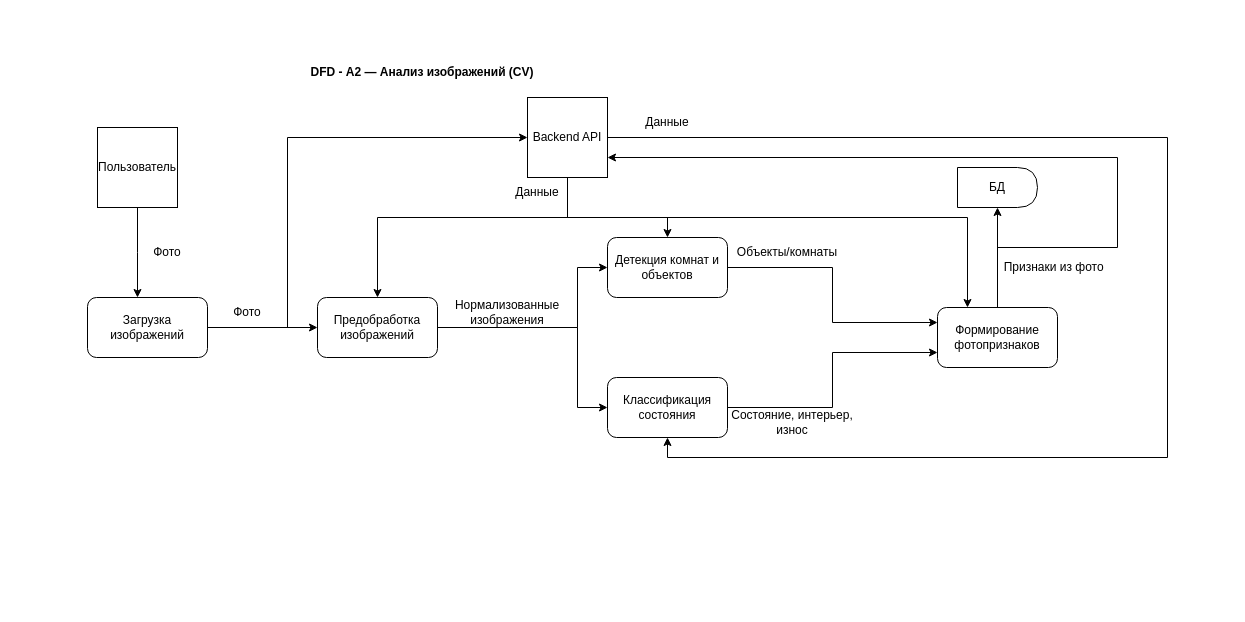
HeadMaxResh/system-engineering-playbook keeps this draw.io diagram as src/diagrams/DFD/DFD_F2.drawio. Above is the earlier version. Source tidied: cells renumbered, new cells numbered last; positions are measured from the earlier drawing's top-left corner, leaving out a move shared by most shapes. Both pictures are drawn from the tidied source at 100%, with x=0, y=0 at pixel (87, 57).
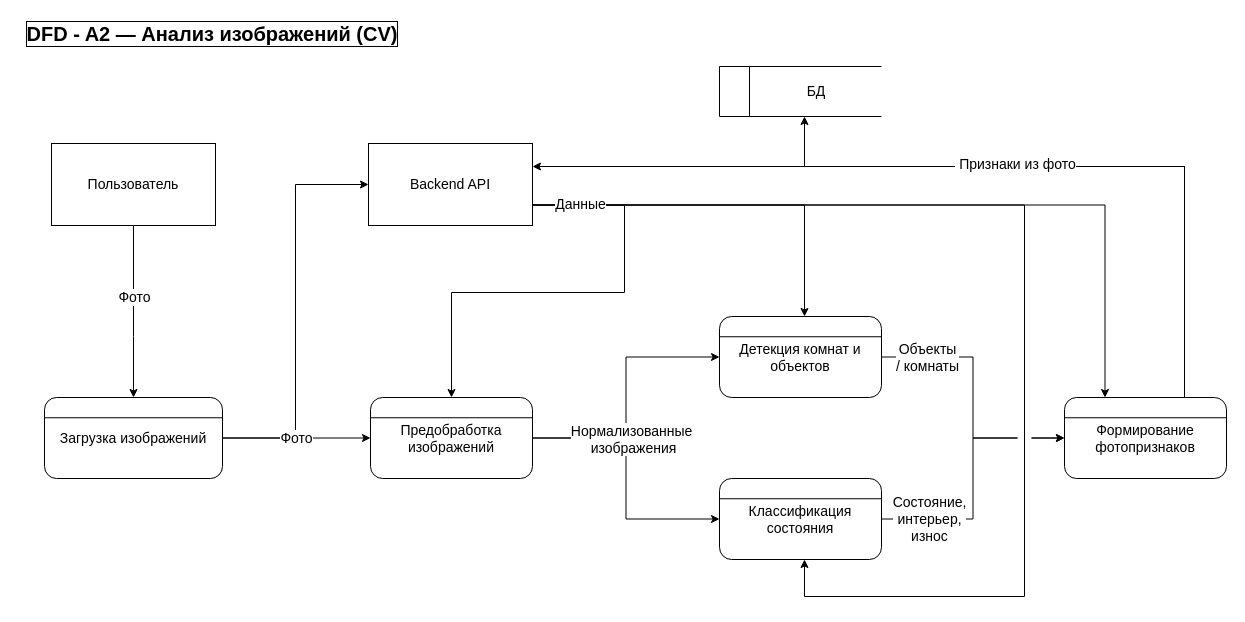
Above is the later version.

Change to the diagram source:
```diff
@@
-    <mxCell id="2" value="&lt;b&gt;DFD -&amp;nbsp;A2 — Анализ изображений (CV)&lt;/b&gt;" style="text;html=1;whiteSpace=wrap;strokeColor=none;fillColor=none;align=center;verticalAlign=middle;rounded=0;" parent="1" vertex="1">
-      <mxGeometry x="210" width="250" height="30" as="geometry" />
-    </mxCell>
+    <mxCell id="4" style="edgeStyle=orthogonalEdgeStyle;rounded=0;jettySize=auto;html=1;entryX=0;entryY=0.5;entryDx=0;entryDy=0;" parent="1" edge="1" source="5" target="23">
+      <mxGeometry relative="1" as="geometry" />
+    </mxCell>
-    <mxCell id="3" style="edgeStyle=orthogonalEdgeStyle;rounded=0;jettySize=auto;html=1;exitX=1;exitY=0.5;exitDx=0;exitDy=0;entryX=0;entryY=0.5;entryDx=0;entryDy=0;" parent="1" edge="1" source="5" target="8">
+    <mxCell id="3" style="edgeStyle=orthogonalEdgeStyle;rounded=0;jettySize=auto;html=1;exitX=1;exitY=0.5;exitDx=0;exitDy=0;entryX=0;entryY=0.5;entryDx=0;entryDy=0;fontSize=14;" parent="1" edge="1" source="5" target="8">
       <mxGeometry relative="1" as="geometry" />
     </mxCell>
-    <mxCell id="4" style="edgeStyle=orthogonalEdgeStyle;rounded=0;jettySize=auto;html=1;exitX=1;exitY=0.5;exitDx=0;exitDy=0;entryX=0;entryY=0.5;entryDx=0;entryDy=0;" parent="1" edge="1" source="5" target="23">
-      <mxGeometry relative="1" as="geometry">
-        <Array as="points">
-          <mxPoint x="200" y="270" />
-          <mxPoint x="200" y="80" />
-        </Array>
-      </mxGeometry>
-    </mxCell>
+    <mxCell id="32" value="Фото" style="edgeLabel;html=1;align=center;verticalAlign=middle;fontSize=14;" parent="3" vertex="1">
+      <mxGeometry x="-0.22" relative="1" as="geometry">
+        <mxPoint x="15" as="offset" />
+      </mxGeometry>
+    </mxCell>
-    <mxCell id="5" value="Загрузка изображений" style="rounded=1;whiteSpace=wrap;html=1;" parent="1" vertex="1">
-      <mxGeometry y="240" width="120" height="60" as="geometry" />
+    <mxCell id="5" value="&lt;font style=&quot;font-size: 14px;&quot;&gt;Загрузка изображений&lt;/font&gt;" style="rounded=1;whiteSpace=wrap;html=1;fillColor=none;fontSize=14;" parent="1" vertex="1">
+      <mxGeometry x="-43" y="340" width="178" height="81" as="geometry" />
     </mxCell>
-    <mxCell id="6" style="edgeStyle=orthogonalEdgeStyle;rounded=0;jettySize=auto;html=1;exitX=1;exitY=0.5;exitDx=0;exitDy=0;entryX=0;entryY=0.5;entryDx=0;entryDy=0;" parent="1" edge="1" source="8" target="10">
-      <mxGeometry relative="1" as="geometry">
-        <Array as="points">
-          <mxPoint x="490" y="270" />
-          <mxPoint x="490" y="210" />
-        </Array>
-      </mxGeometry>
+    <mxCell id="6" style="edgeStyle=orthogonalEdgeStyle;rounded=0;jettySize=auto;html=1;" parent="1" edge="1" source="8" target="10">
+      <mxGeometry relative="1" as="geometry" />
     </mxCell>
-    <mxCell id="7" style="edgeStyle=orthogonalEdgeStyle;rounded=0;jettySize=auto;html=1;entryX=0;entryY=0.5;entryDx=0;entryDy=0;" parent="1" edge="1" source="8" target="12">
-      <mxGeometry relative="1" as="geometry">
-        <Array as="points">
-          <mxPoint x="490" y="270" />
-          <mxPoint x="490" y="350" />
-        </Array>
-      </mxGeometry>
+    <mxCell id="7" style="edgeStyle=orthogonalEdgeStyle;rounded=0;jettySize=auto;html=1;" parent="1" edge="1" source="8" target="12">
+      <mxGeometry relative="1" as="geometry" />
     </mxCell>
+    <mxCell id="25" value="&lt;span style=&quot;font-size: 14px;&quot;&gt;Нормализованные&amp;nbsp;&lt;/span&gt;&lt;div&gt;&lt;span style=&quot;font-size: 14px;&quot;&gt;изображения&lt;/span&gt;&lt;/div&gt;" style="edgeLabel;html=1;align=center;verticalAlign=middle;" parent="7" vertex="1">
+      <mxGeometry x="-0.1" relative="1" as="geometry">
+        <mxPoint x="7" y="-27" as="offset" />
+      </mxGeometry>
+    </mxCell>
-    <mxCell id="8" value="Предобработка изображений" style="rounded=1;whiteSpace=wrap;html=1;" parent="1" vertex="1">
-      <mxGeometry x="230" y="240" width="120" height="60" as="geometry" />
+    <mxCell id="8" value="Предобработка изображений" style="rounded=1;whiteSpace=wrap;html=1;fillColor=none;fontSize=14;" parent="1" vertex="1">
+      <mxGeometry x="283" y="340" width="162" height="81" as="geometry" />
     </mxCell>
+    <mxCell id="14" style="edgeStyle=orthogonalEdgeStyle;rounded=0;jettySize=auto;html=1;" parent="1" edge="1" source="15" target="23">
+      <mxGeometry relative="1" as="geometry">
+        <Array as="points">
+          <mxPoint x="1097" y="109" />
+        </Array>
+      </mxGeometry>
+    </mxCell>
+    <mxCell id="13" style="edgeStyle=orthogonalEdgeStyle;rounded=0;jettySize=auto;html=1;exitX=0.75;exitY=0;exitDx=0;exitDy=0;" parent="1" edge="1" source="15" target="28">
+      <mxGeometry relative="1" as="geometry">
+        <Array as="points">
+          <mxPoint x="1097" y="340" />
+          <mxPoint x="1097" y="109" />
+          <mxPoint x="717" y="109" />
+        </Array>
+      </mxGeometry>
+    </mxCell>
+    <mxCell id="31" value="&lt;span style=&quot;font-size: 14px;&quot;&gt;&amp;nbsp;Признаки из фото&lt;/span&gt;" style="edgeLabel;html=1;align=center;verticalAlign=middle;" parent="13" vertex="1">
+      <mxGeometry x="-0.63" y="3" relative="1" as="geometry">
+        <mxPoint x="-167" y="-112" as="offset" />
+      </mxGeometry>
+    </mxCell>
+    <mxCell id="15" value="Формирование фотопризнаков" style="rounded=1;whiteSpace=wrap;html=1;fillColor=none;fontSize=14;" parent="1" vertex="1">
+      <mxGeometry x="977" y="340" width="162" height="81" as="geometry" />
+    </mxCell>
+    <mxCell id="2" value="DFD - A2 — Анализ изображений (CV)" style="text;html=1;strokeColor=none;fillColor=none;align=center;verticalAlign=middle;whiteSpace=wrap;rounded=0;fontSize=20;fontStyle=1;labelBackgroundColor=none;labelBorderColor=default;spacingTop=1;" parent="1" vertex="1">
+      <mxGeometry x="-70" y="-40" width="390" height="30" as="geometry" />
+    </mxCell>
+    <mxCell id="33" style="endArrow=none;html=1;rounded=0;fontSize=14;" parent="1" edge="1">
+      <mxGeometry relative="1" as="geometry">
+        <mxPoint x="632" y="59" as="sourcePoint" />
+        <mxPoint x="632" y="9" as="targetPoint" />
+      </mxGeometry>
+    </mxCell>
+    <mxCell id="34" style="endArrow=none;html=1;rounded=0;entryX=1;entryY=1;entryDx=0;entryDy=0;fontSize=14;" parent="1" edge="1" target="28">
+      <mxGeometry relative="1" as="geometry">
+        <mxPoint x="632" y="59" as="sourcePoint" />
+      </mxGeometry>
+    </mxCell>
+    <mxCell id="35" style="endArrow=none;html=1;rounded=0;fontSize=14;" parent="1" edge="1">
+      <mxGeometry relative="1" as="geometry">
+        <mxPoint x="632" y="9" as="sourcePoint" />
+        <mxPoint x="794" y="9" as="targetPoint" />
+      </mxGeometry>
+    </mxCell>
+    <mxCell id="28" value="БД" style="text;html=1;strokeColor=none;fillColor=none;align=center;verticalAlign=middle;whiteSpace=wrap;rounded=0;fontSize=14;" parent="1" vertex="1">
+      <mxGeometry x="664" y="9" width="130" height="50" as="geometry" />
+    </mxCell>
+    <mxCell id="36" style="endArrow=none;html=1;rounded=0;exitX=0;exitY=0.25;exitDx=0;exitDy=0;entryX=1;entryY=0.25;entryDx=0;entryDy=0;fontSize=14;" parent="1" edge="1" source="5" target="5">
+      <mxGeometry relative="1" as="geometry" />
+    </mxCell>
+    <mxCell id="37" style="endArrow=none;html=1;rounded=0;exitX=0;exitY=0.25;exitDx=0;exitDy=0;entryX=1;entryY=0.25;entryDx=0;entryDy=0;fontSize=14;" parent="1" edge="1" source="8" target="8">
+      <mxGeometry relative="1" as="geometry" />
+    </mxCell>
+    <mxCell id="38" style="endArrow=none;html=1;rounded=0;exitX=0;exitY=0.25;exitDx=0;exitDy=0;entryX=1;entryY=0.25;entryDx=0;entryDy=0;fontSize=14;" parent="1" edge="1" source="15" target="15">
+      <mxGeometry relative="1" as="geometry" />
+    </mxCell>
+    <mxCell id="39" style="edgeStyle=orthogonalEdgeStyle;rounded=0;jettySize=auto;html=1;entryX=0.5;entryY=0;entryDx=0;entryDy=0;exitX=0.5;exitY=1;exitDx=0;exitDy=0;fontSize=14;" parent="1" edge="1" source="16" target="5">
+      <mxGeometry relative="1" as="geometry">
+        <Array as="points">
+          <mxPoint x="46" y="279" />
+          <mxPoint x="46" y="279" />
+        </Array>
+      </mxGeometry>
+    </mxCell>
+    <mxCell id="16" value="Пользователь" style="rounded=0;whiteSpace=wrap;html=1;labelBackgroundColor=none;fillColor=none;fontSize=14;" parent="1" vertex="1">
+      <mxGeometry x="-36" y="86" width="164" height="82" as="geometry" />
+    </mxCell>
+    <mxCell id="40" value="Фото" style="edgeLabel;html=1;align=center;verticalAlign=middle;fontSize=14;" parent="1" vertex="1">
+      <mxGeometry x="46" y="239" as="geometry" />
+    </mxCell>
+    <mxCell id="41" style="endArrow=none;html=1;rounded=0;fontSize=14;" parent="1" edge="1">
+      <mxGeometry relative="1" as="geometry">
+        <mxPoint x="662" y="59" as="sourcePoint" />
+        <mxPoint x="662" y="9" as="targetPoint" />
+      </mxGeometry>
+    </mxCell>
+    <mxCell id="20" style="edgeStyle=orthogonalEdgeStyle;rounded=0;jettySize=auto;html=1;exitX=1;exitY=0.75;exitDx=0;exitDy=0;" parent="1" edge="1" source="23" target="10">
+      <mxGeometry relative="1" as="geometry">
+        <Array as="points">
+          <mxPoint x="717" y="148" />
+        </Array>
+      </mxGeometry>
+    </mxCell>
+    <mxCell id="22" style="edgeStyle=orthogonalEdgeStyle;rounded=0;jettySize=auto;html=1;exitX=1;exitY=0.75;exitDx=0;exitDy=0;entryX=0.25;entryY=0;entryDx=0;entryDy=0;" parent="1" edge="1" source="23" target="15">
+      <mxGeometry relative="1" as="geometry" />
+    </mxCell>
+    <mxCell id="21" style="edgeStyle=orthogonalEdgeStyle;rounded=0;jettySize=auto;html=1;exitX=1;exitY=0.75;exitDx=0;exitDy=0;jumpStyle=gap;jumpSize=14;" parent="1" edge="1" source="23" target="12">
+      <mxGeometry relative="1" as="geometry">
+        <Array as="points">
+          <mxPoint x="937" y="148" />
+          <mxPoint x="937" y="539" />
+          <mxPoint x="717" y="539" />
+        </Array>
+      </mxGeometry>
+    </mxCell>
+    <mxCell id="19" style="edgeStyle=orthogonalEdgeStyle;rounded=0;jettySize=auto;html=1;exitX=1;exitY=0.75;exitDx=0;exitDy=0;entryX=0.5;entryY=0;entryDx=0;entryDy=0;" parent="1" edge="1" source="23" target="8">
+      <mxGeometry relative="1" as="geometry">
+        <Array as="points">
+          <mxPoint x="537" y="148" />
+          <mxPoint x="537" y="235" />
+          <mxPoint x="364" y="235" />
+        </Array>
+      </mxGeometry>
+    </mxCell>
+    <mxCell id="42" value="&lt;font style=&quot;font-size: 14px;&quot;&gt;Данные&lt;/font&gt;" style="edgeLabel;html=1;align=center;verticalAlign=middle;" parent="19" vertex="1">
+      <mxGeometry x="-0.82" y="1" relative="1" as="geometry">
+        <mxPoint x="6" as="offset" />
+      </mxGeometry>
+    </mxCell>
+    <mxCell id="23" value="Backend API" style="rounded=0;whiteSpace=wrap;html=1;labelBackgroundColor=none;fillColor=none;fontSize=14;" parent="1" vertex="1">
+      <mxGeometry x="281" y="86" width="164" height="82" as="geometry" />
+    </mxCell>
-    <mxCell id="9" style="edgeStyle=orthogonalEdgeStyle;rounded=0;jettySize=auto;html=1;exitX=1;exitY=0.5;exitDx=0;exitDy=0;entryX=0;entryY=0.25;entryDx=0;entryDy=0;" parent="1" edge="1" source="10" target="15">
+    <mxCell id="9" style="edgeStyle=orthogonalEdgeStyle;rounded=0;jettySize=auto;html=1;jumpStyle=gap;jumpSize=14;" parent="1" edge="1" source="10" target="15">
       <mxGeometry relative="1" as="geometry" />
     </mxCell>
+    <mxCell id="43" value="&lt;span style=&quot;font-size: 14px;&quot;&gt;Объекты&lt;/span&gt;&lt;div&gt;&lt;span style=&quot;font-size: 14px;&quot;&gt;/ комнаты&lt;/span&gt;&lt;/div&gt;" style="edgeLabel;html=1;align=center;verticalAlign=middle;" parent="9" vertex="1">
+      <mxGeometry x="-0.49" relative="1" as="geometry">
+        <mxPoint x="-22" as="offset" />
+      </mxGeometry>
+    </mxCell>
-    <mxCell id="10" value="Детекция комнат и объектов" style="rounded=1;whiteSpace=wrap;html=1;" parent="1" vertex="1">
-      <mxGeometry x="520" y="180" width="120" height="60" as="geometry" />
+    <mxCell id="10" value="Детекция комнат и объектов" style="rounded=1;whiteSpace=wrap;html=1;fillColor=none;fontSize=14;" parent="1" vertex="1">
+      <mxGeometry x="632" y="259" width="162" height="81" as="geometry" />
     </mxCell>
+    <mxCell id="44" style="endArrow=none;html=1;rounded=0;exitX=0;exitY=0.25;exitDx=0;exitDy=0;entryX=1;entryY=0.25;entryDx=0;entryDy=0;fontSize=14;" parent="1" edge="1" source="10" target="10">
+      <mxGeometry relative="1" as="geometry" />
+    </mxCell>
-    <mxCell id="11" style="edgeStyle=orthogonalEdgeStyle;rounded=0;jettySize=auto;html=1;exitX=1;exitY=0.5;exitDx=0;exitDy=0;entryX=0;entryY=0.75;entryDx=0;entryDy=0;" parent="1" edge="1" source="12" target="15">
+    <mxCell id="11" style="edgeStyle=orthogonalEdgeStyle;rounded=0;jettySize=auto;html=1;jumpStyle=gap;jumpSize=14;" parent="1" edge="1" source="12" target="15">
       <mxGeometry relative="1" as="geometry" />
     </mxCell>
+    <mxCell id="30" value="&lt;span style=&quot;font-size: 14px;&quot;&gt;Состояние,&lt;/span&gt;&lt;div&gt;&lt;span style=&quot;font-size: 14px;&quot;&gt;интерьер,&lt;/span&gt;&lt;/div&gt;&lt;div&gt;&lt;span style=&quot;font-size: 14px;&quot;&gt;износ&lt;/span&gt;&lt;/div&gt;" style="edgeLabel;html=1;align=center;verticalAlign=middle;" parent="11" vertex="1">
+      <mxGeometry x="-0.63" y="-3" relative="1" as="geometry">
+        <mxPoint x="-2" y="-3" as="offset" />
+      </mxGeometry>
+    </mxCell>
-    <mxCell id="12" value="Классификация состояния" style="rounded=1;whiteSpace=wrap;html=1;" parent="1" vertex="1">
-      <mxGeometry x="520" y="320" width="120" height="60" as="geometry" />
+    <mxCell id="12" value="Классификация состояния" style="rounded=1;whiteSpace=wrap;html=1;fillColor=none;fontSize=14;" parent="1" vertex="1">
+      <mxGeometry x="632" y="421" width="162" height="81" as="geometry" />
     </mxCell>
-    <mxCell id="13" style="edgeStyle=orthogonalEdgeStyle;rounded=0;jettySize=auto;html=1;exitX=0.5;exitY=0;exitDx=0;exitDy=0;entryX=0.5;entryY=1;entryDx=0;entryDy=0;" parent="1" edge="1" source="15" target="28">
-      <mxGeometry relative="1" as="geometry" />
-    </mxCell>
-    <mxCell id="14" style="edgeStyle=orthogonalEdgeStyle;rounded=0;jettySize=auto;html=1;entryX=1;entryY=0.75;entryDx=0;entryDy=0;" parent="1" edge="1" source="15" target="23">
-      <mxGeometry relative="1" as="geometry">
-        <Array as="points">
-          <mxPoint x="910" y="190" />
-          <mxPoint x="1030" y="190" />
-          <mxPoint x="1030" y="100" />
-        </Array>
-      </mxGeometry>
-    </mxCell>
-    <mxCell id="15" value="Формирование фотопризнаков" style="rounded=1;whiteSpace=wrap;html=1;" parent="1" vertex="1">
-      <mxGeometry x="850" y="250" width="120" height="60" as="geometry" />
-    </mxCell>
-    <mxCell id="16" value="Пользователь" style="whiteSpace=wrap;html=1;" parent="1" vertex="1">
-      <mxGeometry x="10" y="70" width="80" height="80" as="geometry" />
-    </mxCell>
-    <mxCell id="17" style="edgeStyle=orthogonalEdgeStyle;rounded=0;jettySize=auto;html=1;exitX=0.5;exitY=1;exitDx=0;exitDy=0;" parent="1" edge="1" source="16">
-      <mxGeometry relative="1" as="geometry">
-        <mxPoint x="50" y="240" as="targetPoint" />
-      </mxGeometry>
-    </mxCell>
-    <mxCell id="18" value="Фото" style="text;html=1;whiteSpace=wrap;strokeColor=none;fillColor=none;align=center;verticalAlign=middle;rounded=0;" parent="1" vertex="1">
-      <mxGeometry x="50" y="180" width="60" height="30" as="geometry" />
-    </mxCell>
-    <mxCell id="19" style="edgeStyle=orthogonalEdgeStyle;rounded=0;jettySize=auto;html=1;exitX=0.5;exitY=1;exitDx=0;exitDy=0;entryX=0.5;entryY=0;entryDx=0;entryDy=0;" parent="1" edge="1" source="23" target="8">
-      <mxGeometry relative="1" as="geometry">
-        <Array as="points">
-          <mxPoint x="480" y="160" />
-          <mxPoint x="290" y="160" />
-        </Array>
-      </mxGeometry>
-    </mxCell>
-    <mxCell id="20" style="edgeStyle=orthogonalEdgeStyle;rounded=0;jettySize=auto;html=1;entryX=0.5;entryY=0;entryDx=0;entryDy=0;" parent="1" edge="1" source="23" target="10">
-      <mxGeometry relative="1" as="geometry">
-        <Array as="points">
-          <mxPoint x="480" y="160" />
-          <mxPoint x="580" y="160" />
-        </Array>
-      </mxGeometry>
-    </mxCell>
-    <mxCell id="21" style="edgeStyle=orthogonalEdgeStyle;rounded=0;jettySize=auto;html=1;entryX=0.5;entryY=1;entryDx=0;entryDy=0;exitX=1;exitY=0.5;exitDx=0;exitDy=0;" parent="1" edge="1" source="23" target="12">
-      <mxGeometry relative="1" as="geometry">
-        <Array as="points">
-          <mxPoint x="1080" y="80" />
-          <mxPoint x="1080" y="400" />
-          <mxPoint x="580" y="400" />
-        </Array>
-      </mxGeometry>
-    </mxCell>
-    <mxCell id="22" style="edgeStyle=orthogonalEdgeStyle;rounded=0;jettySize=auto;html=1;entryX=0.25;entryY=0;entryDx=0;entryDy=0;" parent="1" edge="1" source="23" target="15">
-      <mxGeometry relative="1" as="geometry">
-        <Array as="points">
-          <mxPoint x="480" y="160" />
-          <mxPoint x="880" y="160" />
-        </Array>
-      </mxGeometry>
-    </mxCell>
-    <mxCell id="23" value="Backend API" style="whiteSpace=wrap;html=1;" parent="1" vertex="1">
-      <mxGeometry x="440" y="40" width="80" height="80" as="geometry" />
-    </mxCell>
-    <mxCell id="24" value="Фото" style="text;html=1;whiteSpace=wrap;strokeColor=none;fillColor=none;align=center;verticalAlign=middle;rounded=0;" parent="1" vertex="1">
-      <mxGeometry x="130" y="240" width="60" height="30" as="geometry" />
-    </mxCell>
-    <mxCell id="25" value="Нормализованные изображения" style="text;html=1;whiteSpace=wrap;strokeColor=none;fillColor=none;align=center;verticalAlign=middle;rounded=0;" parent="1" vertex="1">
-      <mxGeometry x="360" y="240" width="120" height="30" as="geometry" />
-    </mxCell>
-    <mxCell id="26" value="Данные" style="text;html=1;whiteSpace=wrap;strokeColor=none;fillColor=none;align=center;verticalAlign=middle;rounded=0;" parent="1" vertex="1">
-      <mxGeometry x="420" y="120" width="60" height="30" as="geometry" />
-    </mxCell>
-    <mxCell id="27" value="Данные" style="text;html=1;whiteSpace=wrap;strokeColor=none;fillColor=none;align=center;verticalAlign=middle;rounded=0;" parent="1" vertex="1">
-      <mxGeometry x="550" y="50" width="60" height="30" as="geometry" />
-    </mxCell>
-    <mxCell id="28" value="БД" style="shape=delay;whiteSpace=wrap;html=1;" parent="1" vertex="1">
-      <mxGeometry x="870" y="110" width="80" height="40" as="geometry" />
-    </mxCell>
-    <mxCell id="29" value="Объекты/комнаты" style="text;html=1;whiteSpace=wrap;strokeColor=none;fillColor=none;align=center;verticalAlign=middle;rounded=0;" parent="1" vertex="1">
-      <mxGeometry x="640" y="180" width="120" height="30" as="geometry" />
-    </mxCell>
-    <mxCell id="30" value="Состояние, интерьер, износ" style="text;html=1;whiteSpace=wrap;strokeColor=none;fillColor=none;align=center;verticalAlign=middle;rounded=0;" parent="1" vertex="1">
-      <mxGeometry x="630" y="350" width="150" height="30" as="geometry" />
-    </mxCell>
-    <mxCell id="31" value="&amp;nbsp;Признаки из фото" style="text;html=1;whiteSpace=wrap;strokeColor=none;fillColor=none;align=center;verticalAlign=middle;rounded=0;" parent="1" vertex="1">
-      <mxGeometry x="910" y="195" width="110" height="30" as="geometry" />
-    </mxCell>
+    <mxCell id="45" style="endArrow=none;html=1;rounded=0;exitX=0;exitY=0.25;exitDx=0;exitDy=0;entryX=1;entryY=0.25;entryDx=0;entryDy=0;fontSize=14;" parent="1" edge="1" source="12" target="12">
+      <mxGeometry relative="1" as="geometry" />
+    </mxCell>
```
